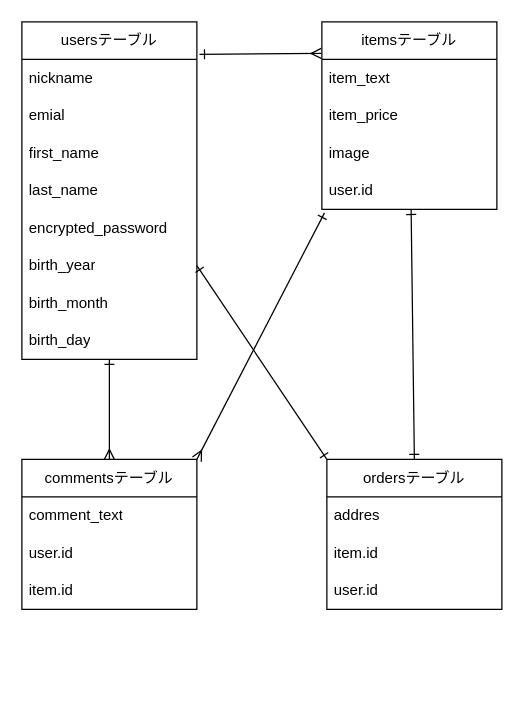
This is test.dio from yato1122/furima-39462, a draw.io file, before an edit. Source tidied: cells renumbered, new cells numbered last; positions are measured from the earlier drawing's top-left corner, leaving out a move shared by most shapes. Both pictures are drawn from the tidied source at 125%, with x=0, y=0 at pixel (21, 21).
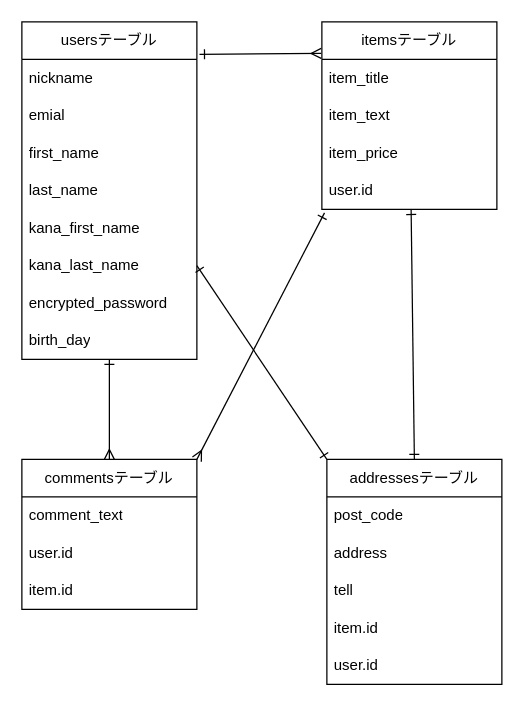
After the change.

Unchanged cells that the change refers to:
```xml
<mxCell id="2" value="usersテーブル" style="swimlane;fontStyle=0;horizontal=1;startSize=30;whiteSpace=wrap;html=1;" parent="1" vertex="1">
  <mxGeometry width="140" height="270" as="geometry" />
</mxCell>
<mxCell id="11" value="itemsテーブル" style="swimlane;fontStyle=0;horizontal=1;startSize=30;whiteSpace=wrap;html=1;" parent="1" vertex="1">
  <mxGeometry x="240" width="140" height="150" as="geometry" />
</mxCell>
```

The edit, as a diff of the source:
```diff
@@
+    <mxCell id="31" value="kana_first_name" style="text;strokeColor=none;fillColor=none;align=left;verticalAlign=middle;spacingLeft=4;spacingRight=4;overflow=hidden;whiteSpace=wrap;html=1;" parent="2" vertex="1">
+      <mxGeometry y="150" width="140" height="30" as="geometry" />
+    </mxCell>
+    <mxCell id="32" value="kana_last_name" style="text;strokeColor=none;fillColor=none;align=left;verticalAlign=middle;spacingLeft=4;spacingRight=4;overflow=hidden;whiteSpace=wrap;html=1;" parent="2" vertex="1">
+      <mxGeometry y="180" width="140" height="30" as="geometry" />
+    </mxCell>
     <mxCell id="7" value="encrypted_password" style="text;strokeColor=none;fillColor=none;align=left;verticalAlign=middle;spacingLeft=4;spacingRight=4;overflow=hidden;whiteSpace=wrap;html=1;" parent="2" vertex="1">
-      <mxGeometry y="150" width="140" height="30" as="geometry" />
+      <mxGeometry y="210" width="140" height="30" as="geometry" />
     </mxCell>
-    <mxCell id="8" value="birth_year" style="text;strokeColor=none;fillColor=none;align=left;verticalAlign=middle;spacingLeft=4;spacingRight=4;overflow=hidden;points=[[0,0.5],[1,0.5]];portConstraint=eastwest;whiteSpace=wrap;html=1;" parent="2" vertex="1">
-      <mxGeometry y="180" width="140" height="30" as="geometry" />
-    </mxCell>
-    <mxCell id="9" value="birth_month" style="text;strokeColor=none;fillColor=none;align=left;verticalAlign=middle;spacingLeft=4;spacingRight=4;overflow=hidden;whiteSpace=wrap;html=1;" parent="2" vertex="1">
-      <mxGeometry y="210" width="140" height="30" as="geometry" />
-    </mxCell>
@@
+    <mxCell id="33" value="item_title" style="text;strokeColor=none;fillColor=none;align=left;verticalAlign=middle;spacingLeft=4;spacingRight=4;overflow=hidden;whiteSpace=wrap;html=1;" parent="11" vertex="1">
+      <mxGeometry y="30" width="140" height="30" as="geometry" />
+    </mxCell>
     <mxCell id="12" value="item_text" style="text;strokeColor=none;fillColor=none;align=left;verticalAlign=middle;spacingLeft=4;spacingRight=4;overflow=hidden;whiteSpace=wrap;html=1;" parent="11" vertex="1">
-      <mxGeometry y="30" width="140" height="30" as="geometry" />
+      <mxGeometry y="60" width="140" height="30" as="geometry" />
     </mxCell>
-    <mxCell id="13" style="edgeStyle=none;html=1;exitX=0;exitY=0.5;exitDx=0;exitDy=0;entryX=0;entryY=0.5;entryDx=0;entryDy=0;" parent="11" edge="1" source="15" target="15">
-      <mxGeometry relative="1" as="geometry" />
+    <mxCell id="13" style="edgeStyle=none;html=1;exitX=0;exitY=0.5;exitDx=0;exitDy=0;entryX=0;entryY=0.5;entryDx=0;entryDy=0;" parent="11" edge="1">
+      <mxGeometry relative="1" as="geometry">
+        <mxPoint y="105" as="sourcePoint" />
+        <mxPoint y="105" as="targetPoint" />
+      </mxGeometry>
     </mxCell>
     <mxCell id="14" value="item_price" style="text;strokeColor=none;fillColor=none;align=left;verticalAlign=middle;spacingLeft=4;spacingRight=4;overflow=hidden;whiteSpace=wrap;html=1;" parent="11" vertex="1">
-      <mxGeometry y="60" width="140" height="30" as="geometry" />
+      <mxGeometry y="90" width="140" height="30" as="geometry" />
     </mxCell>
-    <mxCell id="15" value="image" style="text;strokeColor=none;fillColor=none;align=left;verticalAlign=middle;spacingLeft=4;spacingRight=4;overflow=hidden;points=[[0,0.5],[1,0.5]];portConstraint=eastwest;whiteSpace=wrap;html=1;" parent="11" vertex="1">
-      <mxGeometry y="90" width="140" height="30" as="geometry" />
-    </mxCell>
@@
-    <mxCell id="24" value="ordersテーブル" style="swimlane;fontStyle=0;horizontal=1;startSize=30;whiteSpace=wrap;html=1;" parent="1" vertex="1">
-      <mxGeometry x="244" y="350" width="140" height="120" as="geometry" />
+    <mxCell id="24" value="addressesテーブル" style="swimlane;fontStyle=0;horizontal=1;startSize=30;whiteSpace=wrap;html=1;" parent="1" vertex="1">
+      <mxGeometry x="244" y="350" width="140" height="180" as="geometry" />
     </mxCell>
+    <mxCell id="34" value="post_code" style="text;strokeColor=none;fillColor=none;align=left;verticalAlign=middle;spacingLeft=4;spacingRight=4;overflow=hidden;whiteSpace=wrap;html=1;" parent="24" vertex="1">
+      <mxGeometry y="30" width="140" height="30" as="geometry" />
+    </mxCell>
-    <mxCell id="25" value="addres" style="text;strokeColor=none;fillColor=none;align=left;verticalAlign=middle;spacingLeft=4;spacingRight=4;overflow=hidden;whiteSpace=wrap;html=1;" parent="24" vertex="1">
-      <mxGeometry y="30" width="140" height="30" as="geometry" />
+    <mxCell id="25" value="address" style="text;strokeColor=none;fillColor=none;align=left;verticalAlign=middle;spacingLeft=4;spacingRight=4;overflow=hidden;whiteSpace=wrap;html=1;" parent="24" vertex="1">
+      <mxGeometry y="60" width="140" height="30" as="geometry" />
     </mxCell>
+    <mxCell id="35" value="tell" style="text;strokeColor=none;fillColor=none;align=left;verticalAlign=middle;spacingLeft=4;spacingRight=4;overflow=hidden;whiteSpace=wrap;html=1;" parent="24" vertex="1">
+      <mxGeometry y="90" width="140" height="30" as="geometry" />
+    </mxCell>
     <mxCell id="26" value="item.id" style="text;strokeColor=none;fillColor=none;align=left;verticalAlign=middle;spacingLeft=4;spacingRight=4;overflow=hidden;whiteSpace=wrap;html=1;" parent="24" vertex="1">
-      <mxGeometry y="60" width="140" height="30" as="geometry" />
+      <mxGeometry y="120" width="140" height="30" as="geometry" />
     </mxCell>
     <mxCell id="27" value="user.id" style="text;strokeColor=none;fillColor=none;align=left;verticalAlign=middle;spacingLeft=4;spacingRight=4;overflow=hidden;whiteSpace=wrap;html=1;" parent="24" vertex="1">
-      <mxGeometry y="90" width="140" height="30" as="geometry" />
+      <mxGeometry y="150" width="140" height="30" as="geometry" />
     </mxCell>
@@
-    <mxCell id="30" style="edgeStyle=none;rounded=0;html=1;exitX=1;exitY=0.5;exitDx=0;exitDy=0;entryX=0;entryY=0;entryDx=0;entryDy=0;startArrow=ERone;startFill=0;endArrow=ERone;endFill=0;" parent="1" edge="1" source="8" target="24">
-      <mxGeometry relative="1" as="geometry" />
+    <mxCell id="30" style="edgeStyle=none;rounded=0;html=1;exitX=1;exitY=0.5;exitDx=0;exitDy=0;entryX=0;entryY=0;entryDx=0;entryDy=0;startArrow=ERone;startFill=0;endArrow=ERone;endFill=0;" parent="1" edge="1" target="24">
+      <mxGeometry relative="1" as="geometry">
+        <mxPoint x="140" y="195" as="sourcePoint" />
+      </mxGeometry>
     </mxCell>
```
